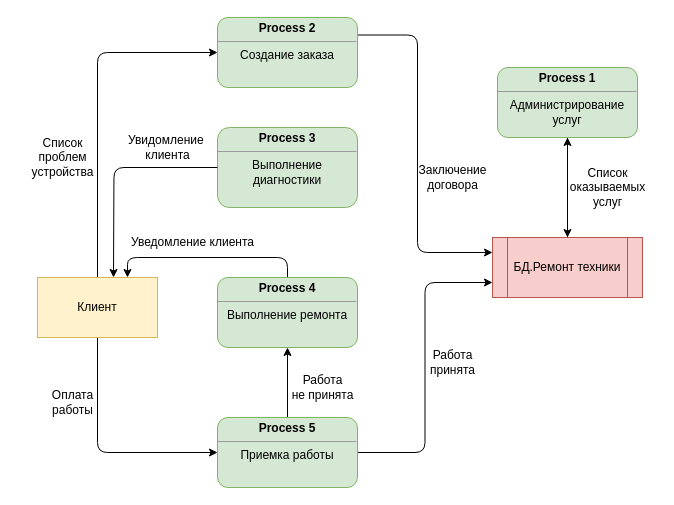
The draw.io diagram laba4potoki.drawio in plkkz/ppo-3k-lb, before the edit. Source tidied: cells renumbered, new cells numbered last; positions are measured from the earlier drawing's top-left corner, leaving out a move shared by most shapes. Both pictures are drawn from the tidied source at 100%, with x=0, y=0 at pixel (17, 17).
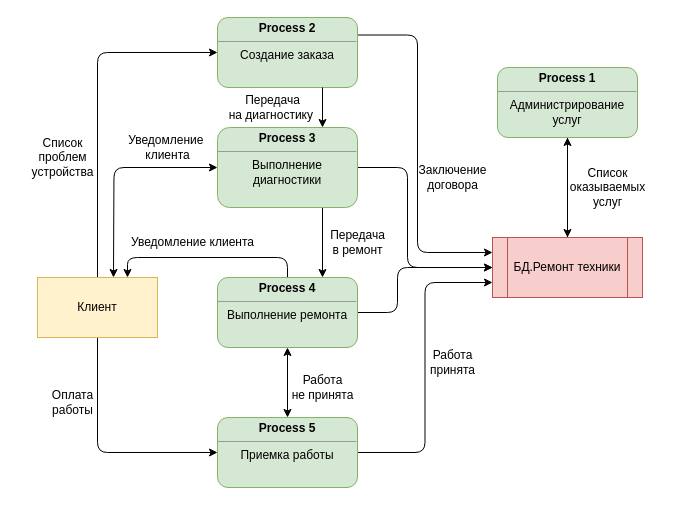
Above is the later version.

The change refers to these unchanged cells:
```xml
<mxCell id="6" value="БД.Ремонт техники" style="shape=process;whiteSpace=wrap;html=1;backgroundOutline=1;fillColor=#f8cecc;strokeColor=#b85450;" parent="1" vertex="1">
  <mxGeometry x="475" y="220" width="150" height="60" as="geometry" />
</mxCell>
<mxCell id="9" value="&lt;p style=&quot;margin:0px;margin-top:4px;text-align:center;&quot;&gt;&lt;b&gt;Process 5&lt;/b&gt;&lt;/p&gt;&lt;hr size=&quot;1&quot;&gt;&lt;div style=&quot;text-align: center; height: 2px;&quot;&gt;Приемка работы&lt;/div&gt;" style="verticalAlign=top;align=left;overflow=fill;fontSize=12;fontFamily=Helvetica;html=1;whiteSpace=wrap;rounded=1;fillColor=#d5e8d4;strokeColor=#82b366;" parent="1" vertex="1">
  <mxGeometry x="200" y="400" width="140" height="70" as="geometry" />
</mxCell>
<mxCell id="11" value="&lt;p style=&quot;margin:0px;margin-top:4px;text-align:center;&quot;&gt;&lt;b&gt;Process 4&lt;/b&gt;&lt;/p&gt;&lt;hr size=&quot;1&quot;&gt;&lt;div style=&quot;text-align: center; height: 2px;&quot;&gt;Выполнение ремонта&lt;/div&gt;" style="verticalAlign=top;align=left;overflow=fill;fontSize=12;fontFamily=Helvetica;html=1;whiteSpace=wrap;rounded=1;fillColor=#d5e8d4;strokeColor=#82b366;" parent="1" vertex="1">
  <mxGeometry x="200" y="260" width="140" height="70" as="geometry" />
</mxCell>
<mxCell id="14" value="&lt;p style=&quot;margin:0px;margin-top:4px;text-align:center;&quot;&gt;&lt;b&gt;Process 2&lt;/b&gt;&lt;/p&gt;&lt;hr size=&quot;1&quot;&gt;&lt;div style=&quot;text-align: center; height: 2px;&quot;&gt;Создание заказа&lt;/div&gt;" style="verticalAlign=top;align=left;overflow=fill;fontSize=12;fontFamily=Helvetica;html=1;whiteSpace=wrap;rounded=1;fillColor=#d5e8d4;strokeColor=#82b366;" parent="1" vertex="1">
  <mxGeometry x="200" width="140" height="70" as="geometry" />
</mxCell>
<mxCell id="21" value="&lt;p style=&quot;margin:0px;margin-top:4px;text-align:center;&quot;&gt;&lt;b&gt;Process 3&lt;/b&gt;&lt;/p&gt;&lt;hr size=&quot;1&quot;&gt;&lt;div style=&quot;text-align: center; height: 2px;&quot;&gt;Выполнение диагностики&lt;/div&gt;" style="verticalAlign=top;align=left;overflow=fill;fontSize=12;fontFamily=Helvetica;html=1;whiteSpace=wrap;rounded=1;fillColor=#d5e8d4;strokeColor=#82b366;" parent="1" vertex="1">
  <mxGeometry x="200" y="110" width="140" height="80" as="geometry" />
</mxCell>
```

What changed in the source:
```diff
@@
-    <mxCell id="7" style="edgeStyle=orthogonalEdgeStyle;rounded=0;jettySize=auto;html=1;exitX=0.5;exitY=0;exitDx=0;exitDy=0;entryX=0.5;entryY=1;entryDx=0;entryDy=0;" parent="1" edge="1" source="9" target="11">
+    <mxCell id="7" style="edgeStyle=orthogonalEdgeStyle;rounded=0;jettySize=auto;html=1;exitX=0.5;exitY=0;exitDx=0;exitDy=0;entryX=0.5;entryY=1;entryDx=0;entryDy=0;startArrow=classic;startFill=1;" parent="1" edge="1" source="9" target="11">
       <mxGeometry relative="1" as="geometry" />
     </mxCell>
@@
+    <mxCell id="28" style="edgeStyle=orthogonalEdgeStyle;rounded=1;jettySize=auto;html=1;exitX=1;exitY=0.5;exitDx=0;exitDy=0;entryX=0;entryY=0.5;entryDx=0;entryDy=0;" parent="1" edge="1" source="11" target="6">
+      <mxGeometry relative="1" as="geometry">
+        <Array as="points">
+          <mxPoint x="380" y="295" />
+          <mxPoint x="380" y="250" />
+        </Array>
+      </mxGeometry>
+    </mxCell>
@@
+    <mxCell id="29" style="edgeStyle=orthogonalEdgeStyle;rounded=0;jettySize=auto;html=1;exitX=0.75;exitY=1;exitDx=0;exitDy=0;entryX=0.75;entryY=0;entryDx=0;entryDy=0;" parent="1" edge="1" source="21" target="11">
+      <mxGeometry relative="1" as="geometry" />
+    </mxCell>
+    <mxCell id="30" style="edgeStyle=orthogonalEdgeStyle;rounded=1;jettySize=auto;html=1;exitX=1;exitY=0.5;exitDx=0;exitDy=0;entryX=0;entryY=0.5;entryDx=0;entryDy=0;" parent="1" edge="1" source="21" target="6">
+      <mxGeometry relative="1" as="geometry">
+        <Array as="points">
+          <mxPoint x="390" y="150" />
+          <mxPoint x="390" y="250" />
+        </Array>
+      </mxGeometry>
+    </mxCell>
@@
-    <mxCell id="22" style="edgeStyle=orthogonalEdgeStyle;rounded=1;jettySize=auto;html=1;exitX=0;exitY=0.5;exitDx=0;exitDy=0;" parent="1" edge="1" source="21">
+    <mxCell id="22" style="edgeStyle=orthogonalEdgeStyle;rounded=1;jettySize=auto;html=1;exitX=0;exitY=0.5;exitDx=0;exitDy=0;startArrow=classic;startFill=1;" parent="1" edge="1" source="21">
       <mxGeometry relative="1" as="geometry">
         <mxPoint x="96" y="260" as="targetPoint" />
       </mxGeometry>
     </mxCell>
-    <mxCell id="23" value="Увидомление&amp;nbsp;&lt;br&gt;клиента" style="text;html=1;align=center;verticalAlign=middle;strokeColor=none;fillColor=none;" parent="1" vertex="1">
+    <mxCell id="23" value="Уведомление&amp;nbsp;&lt;br&gt;клиента" style="text;html=1;align=center;verticalAlign=middle;strokeColor=none;fillColor=none;" parent="1" vertex="1">
       <mxGeometry x="100" y="110" width="100" height="40" as="geometry" />
     </mxCell>
@@
+    <mxCell id="31" value="Передача &lt;br&gt;в ремонт" style="text;html=1;align=center;verticalAlign=middle;strokeColor=none;fillColor=none;" parent="1" vertex="1">
+      <mxGeometry x="300" y="205" width="80" height="40" as="geometry" />
+    </mxCell>
+    <mxCell id="32" style="edgeStyle=orthogonalEdgeStyle;rounded=0;jettySize=auto;html=1;exitX=0.75;exitY=1;exitDx=0;exitDy=0;entryX=0.75;entryY=0;entryDx=0;entryDy=0;" parent="1" edge="1" source="14" target="21">
+      <mxGeometry relative="1" as="geometry" />
+    </mxCell>
+    <mxCell id="33" value="Передача &lt;br&gt;на диагностику&amp;nbsp;" style="text;html=1;align=center;verticalAlign=middle;strokeColor=none;fillColor=none;" parent="1" vertex="1">
+      <mxGeometry x="200" y="70" width="110" height="40" as="geometry" />
+    </mxCell>
```
